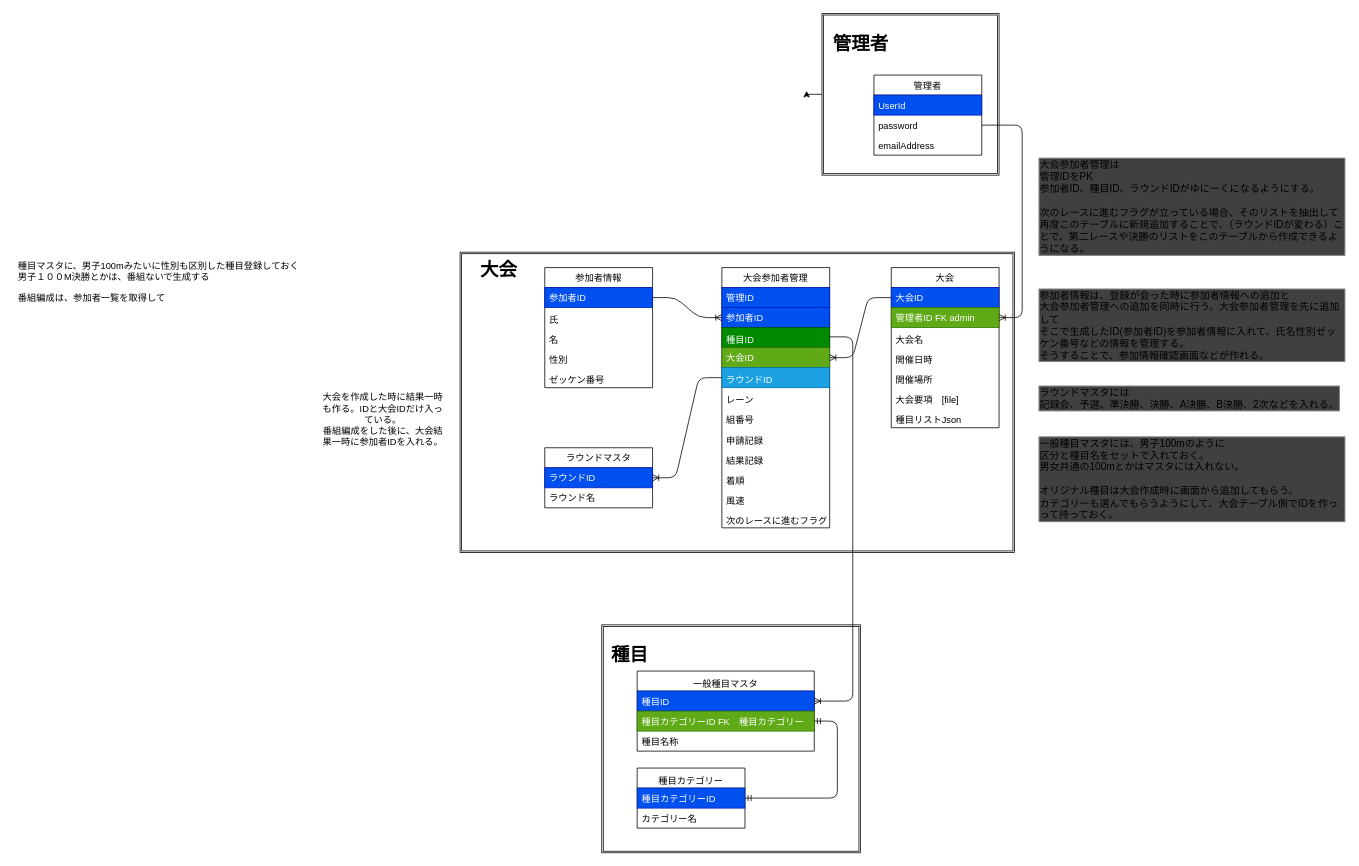
keganokami/kekuriku keeps this draw.io diagram as doc/dataModel.drawio. Above is the earlier version. Source tidied: cells renumbered, new cells numbered last; positions are measured from the earlier drawing's top-left corner, leaving out a move shared by most shapes. Both pictures are drawn from the tidied source at 77%, with x=0, y=0 at pixel (13, 13).
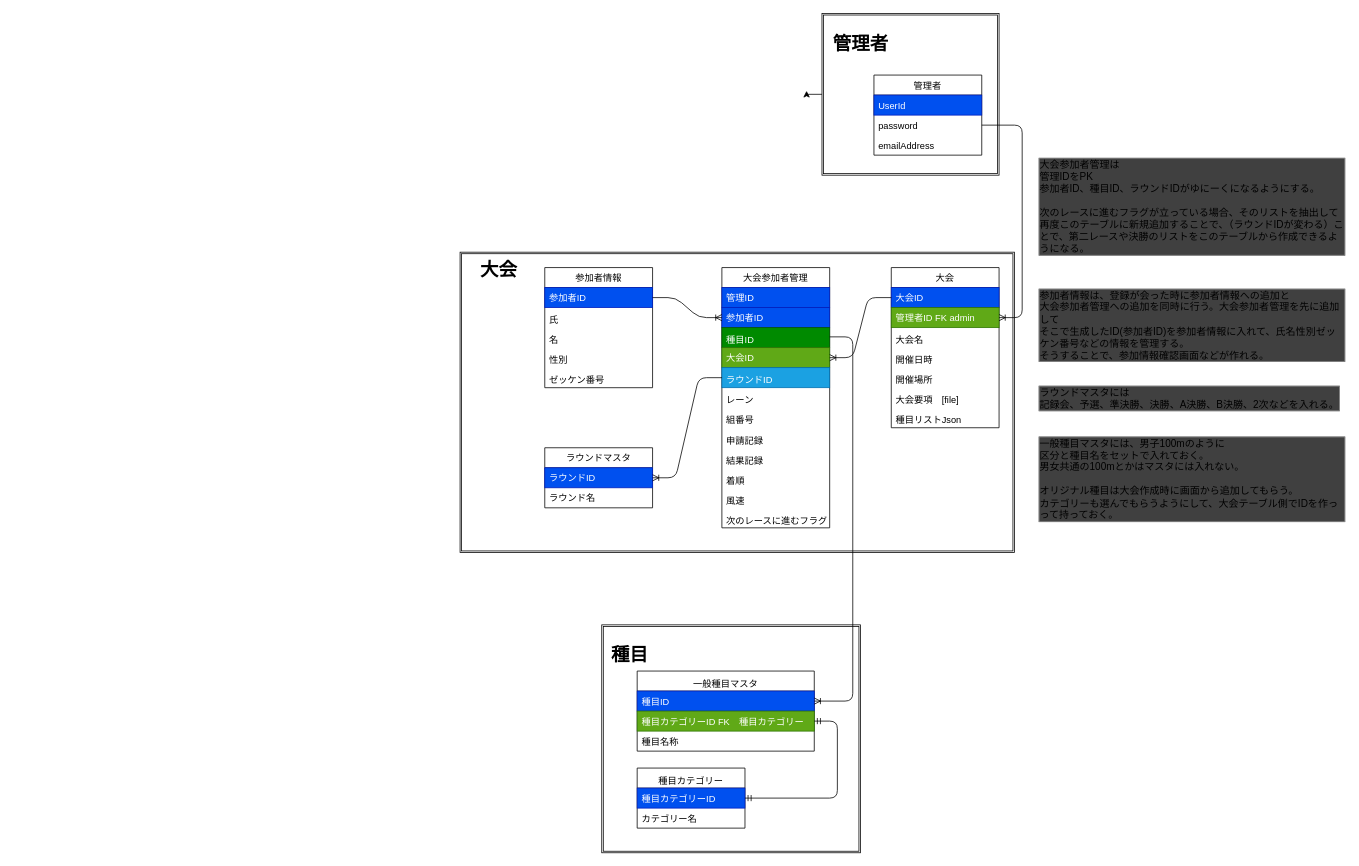
The same page after the edit.

Commit message (it also covers changes not shown here):
データモデル修正とDOC修正

Change to the diagram source:
```diff
@@
-    <mxCell id="47" value="種目マスタに、男子100mみたいに性別も区別した種目登録しておく&#10;男子１００M決勝とかは、番組ないで生成する&#10;&#10;番組編成は、参加者一覧を取得して" style="text;strokeColor=none;fillColor=none;spacingLeft=4;spacingRight=4;overflow=hidden;fontSize=12;" parent="1" vertex="1">
-      <mxGeometry y="314" width="470" height="240" as="geometry" />
-    </mxCell>
@@
-    <mxCell id="49" value="大会を作成した時に結果一時も作る。IDと大会IDだけ入っている。&lt;br&gt;番組編成をした後に、大会結果一時に参加者IDを入れる。&lt;br&gt;&lt;br&gt;" style="text;html=1;strokeColor=none;fillColor=none;align=center;verticalAlign=middle;whiteSpace=wrap;rounded=0;" parent="1" vertex="1">
-      <mxGeometry x="400" y="450" width="160" height="170" as="geometry" />
-    </mxCell>
```
